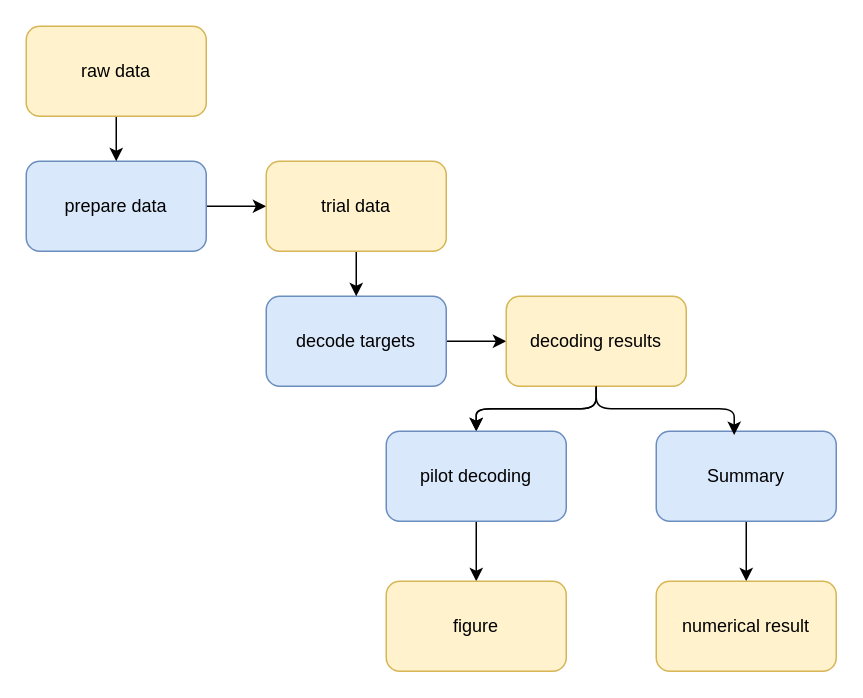
Before: flowchart.drawio in clio-maskrosfaelten/git-course, a draw.io diagram. Source tidied: cells renumbered, new cells numbered last; positions are measured from the earlier drawing's top-left corner, leaving out a move shared by most shapes. Both pictures are drawn from the tidied source at 150%, with x=0, y=0 at pixel (26, 26).
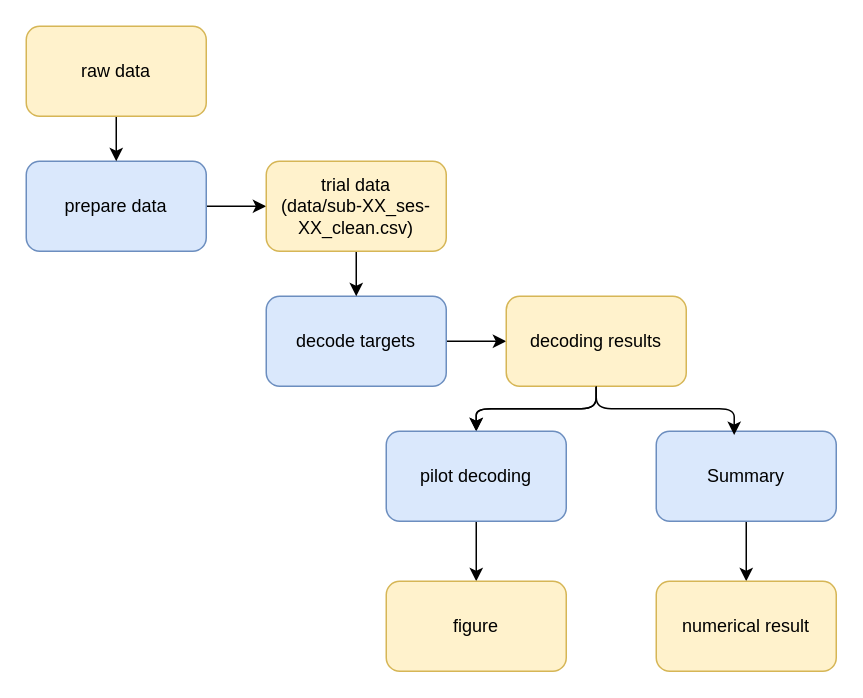
Above is the later version.

What changed in the source:
```diff
@@
 <mxGraphModel>
   <root>
     <mxCell id="0" />
     <mxCell id="1" parent="0" />
     <mxCell id="2" style="edgeStyle=orthogonalEdgeStyle;html=1;" parent="1" edge="1" source="3" target="6">
       <mxGeometry relative="1" as="geometry" />
     </mxCell>
     <mxCell id="3" value="decode targets" style="rounded=1;whiteSpace=wrap;html=1;fillColor=#dae8fc;strokeColor=#6c8ebf;" parent="1" vertex="1">
       <mxGeometry x="160" y="180" width="120" height="60" as="geometry" />
     </mxCell>
     <mxCell id="4" style="edgeStyle=orthogonalEdgeStyle;shape=wire;html=1;dashed=1;" parent="1" edge="1" source="6" target="8">
       <mxGeometry relative="1" as="geometry" />
     </mxCell>
     <mxCell id="5" style="edgeStyle=orthogonalEdgeStyle;shape=wire;html=1;dashed=1;" parent="1" edge="1" source="6" target="8">
       <mxGeometry relative="1" as="geometry" />
     </mxCell>
     <mxCell id="6" value="decoding results" style="rounded=1;whiteSpace=wrap;html=1;fillColor=#fff2cc;strokeColor=#d6b656;" parent="1" vertex="1">
       <mxGeometry x="320" y="180" width="120" height="60" as="geometry" />
     </mxCell>
     <mxCell id="7" style="edgeStyle=none;html=1;" parent="1" edge="1" source="8" target="11">
       <mxGeometry relative="1" as="geometry" />
     </mxCell>
     <mxCell id="8" value="pilot decoding" style="rounded=1;whiteSpace=wrap;html=1;fillColor=#dae8fc;strokeColor=#6c8ebf;" parent="1" vertex="1">
       <mxGeometry x="240" y="270" width="120" height="60" as="geometry" />
     </mxCell>
     <mxCell id="9" style="edgeStyle=none;html=1;" parent="1" edge="1" source="10" target="12">
       <mxGeometry relative="1" as="geometry" />
     </mxCell>
     <mxCell id="10" value="Summary" style="rounded=1;whiteSpace=wrap;html=1;fillColor=#dae8fc;strokeColor=#6c8ebf;" parent="1" vertex="1">
       <mxGeometry x="420" y="270" width="120" height="60" as="geometry" />
     </mxCell>
     <mxCell id="11" value="figure" style="rounded=1;whiteSpace=wrap;html=1;fillColor=#fff2cc;strokeColor=#d6b656;" parent="1" vertex="1">
       <mxGeometry x="240" y="370" width="120" height="60" as="geometry" />
     </mxCell>
     <mxCell id="12" value="numerical result" style="rounded=1;whiteSpace=wrap;html=1;fillColor=#fff2cc;strokeColor=#d6b656;" parent="1" vertex="1">
       <mxGeometry x="420" y="370" width="120" height="60" as="geometry" />
     </mxCell>
     <mxCell id="13" style="edgeStyle=orthogonalEdgeStyle;shape=wire;html=1;entryX=0.433;entryY=0.042;entryDx=0;entryDy=0;entryPerimeter=0;dashed=1;" parent="1" edge="1" source="6" target="10">
       <mxGeometry relative="1" as="geometry" />
     </mxCell>
     <mxCell id="14" style="edgeStyle=none;html=1;" parent="1" edge="1" source="15" target="17">
       <mxGeometry relative="1" as="geometry" />
     </mxCell>
     <mxCell id="15" value="prepare data" style="rounded=1;whiteSpace=wrap;html=1;fillColor=#dae8fc;strokeColor=#6c8ebf;" parent="1" vertex="1">
       <mxGeometry y="90" width="120" height="60" as="geometry" />
     </mxCell>
     <mxCell id="16" style="edgeStyle=none;html=1;" parent="1" edge="1" source="17" target="3">
       <mxGeometry relative="1" as="geometry" />
     </mxCell>
-    <mxCell id="17" value="trial data" style="rounded=1;whiteSpace=wrap;html=1;fillColor=#fff2cc;strokeColor=#d6b656;" parent="1" vertex="1">
+    <mxCell id="17" value="trial data&lt;div&gt;(data/sub-XX_ses-XX_clean.csv)&lt;/div&gt;" style="rounded=1;whiteSpace=wrap;html=1;fillColor=#fff2cc;strokeColor=#d6b656;" parent="1" vertex="1">
       <mxGeometry x="160" y="90" width="120" height="60" as="geometry" />
     </mxCell>
     <mxCell id="18" style="edgeStyle=none;html=1;" parent="1" edge="1" source="19" target="15">
       <mxGeometry relative="1" as="geometry" />
     </mxCell>
     <mxCell id="19" value="raw data" style="rounded=1;whiteSpace=wrap;html=1;fillColor=#fff2cc;strokeColor=#d6b656;" parent="1" vertex="1">
       <mxGeometry width="120" height="60" as="geometry" />
     </mxCell>
   </root>
 </mxGraphModel>
```
